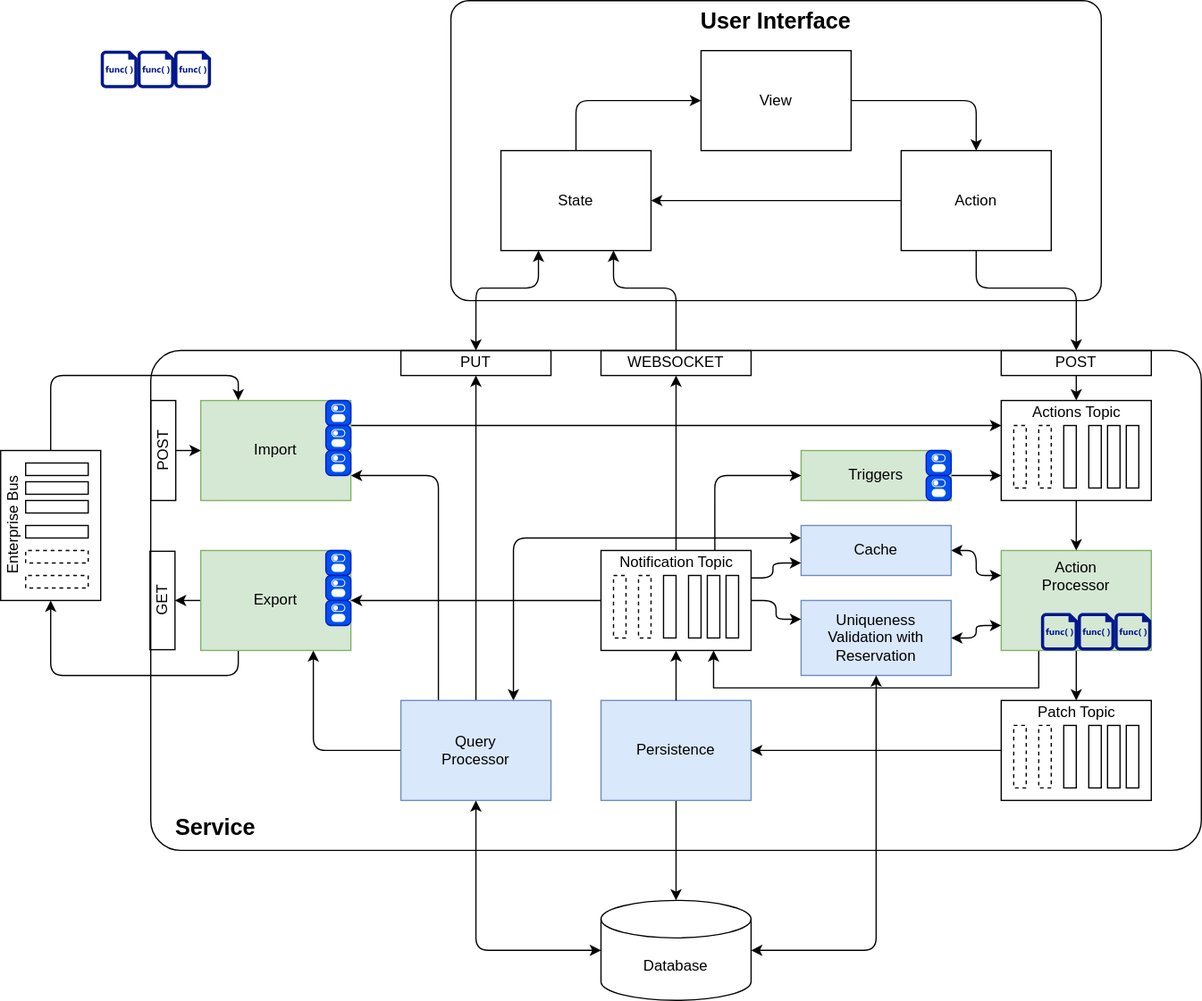
Before: architecture-overview.svg, a diagram exported from draw.io (YuriyGorvitovskiy/state-patch-sql). Source tidied: cells renumbered, new cells last; positions are measured from the earlier drawing's top-left corner, leaving out a move shared by most shapes.
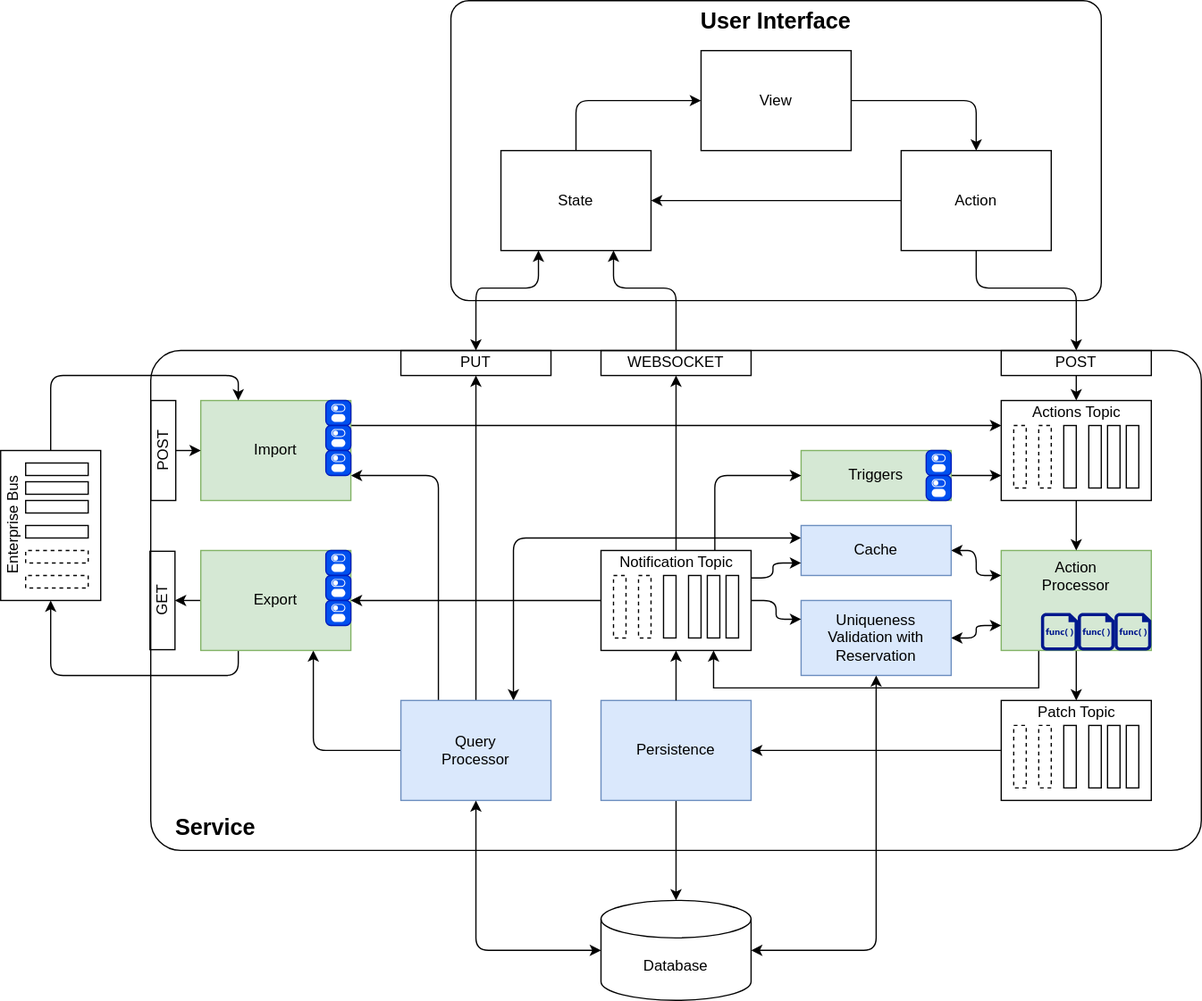
After the change.

The edit, as a diff of the source:
```diff
@@ -321,15 +321,6 @@
     <mxCell id="96" style="html=1;strokeWidth=1;shadow=0;dashed=0;shape=mxgraph.ios7.misc.switch;fillColor=#0050ef;strokeColor=#001DBC;buttonText=;strokeColor2=#222222;fontSize=8;verticalLabelPosition=bottom;verticalAlign=top;align=center;fontColor=#ffffff;" parent="1" vertex="1">
       <mxGeometry x="775" y="380" width="20" height="20" as="geometry" />
     </mxCell>
-    <mxCell id="97" style="shadow=0;dashed=0;html=1;strokeColor=none;labelPosition=center;verticalLabelPosition=bottom;verticalAlign=top;align=center;fillColor=#00188D;shape=mxgraph.mscae.enterprise.code_file;" parent="1" vertex="1">
-      <mxGeometry x="115" y="40" width="29.4" height="30" as="geometry" />
-    </mxCell>
-    <mxCell id="98" style="shadow=0;dashed=0;html=1;strokeColor=none;labelPosition=center;verticalLabelPosition=bottom;verticalAlign=top;align=center;fillColor=#00188D;shape=mxgraph.mscae.enterprise.code_file;" parent="1" vertex="1">
-      <mxGeometry x="144.4" y="40" width="29.4" height="30" as="geometry" />
-    </mxCell>
-    <mxCell id="99" style="shadow=0;dashed=0;html=1;strokeColor=none;labelPosition=center;verticalLabelPosition=bottom;verticalAlign=top;align=center;fillColor=#00188D;shape=mxgraph.mscae.enterprise.code_file;" parent="1" vertex="1">
-      <mxGeometry x="173.8" y="40" width="29.4" height="30" as="geometry" />
-    </mxCell>
     <mxCell id="100" style="shadow=0;dashed=0;html=1;strokeColor=none;labelPosition=center;verticalLabelPosition=bottom;verticalAlign=top;align=center;fillColor=#00188D;shape=mxgraph.mscae.enterprise.code_file;" parent="1" vertex="1">
       <mxGeometry x="866.8" y="490" width="29.4" height="30" as="geometry" />
     </mxCell>
```
